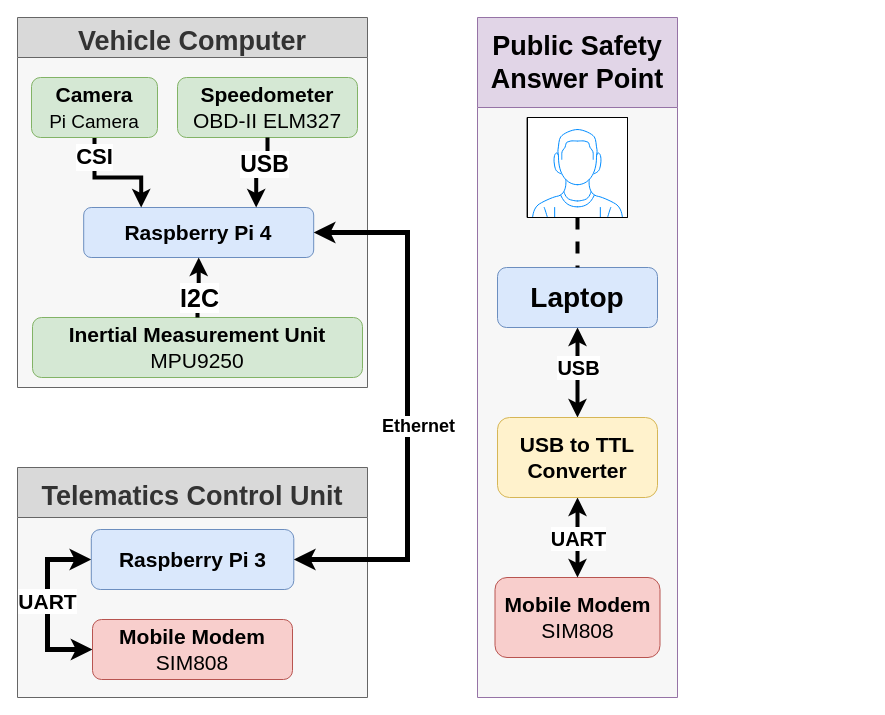
The draw.io diagram Other/Documentations/BlockDigrams/V7.drawio in Ahmeddsherrif/GP_TCU, before the edit. Source tidied: cells renumbered, new cells numbered last; positions are measured from the earlier drawing's top-left corner, leaving out a move shared by most shapes. Both pictures are drawn from the tidied source at 100%, with x=0, y=0 at pixel (17, 17).
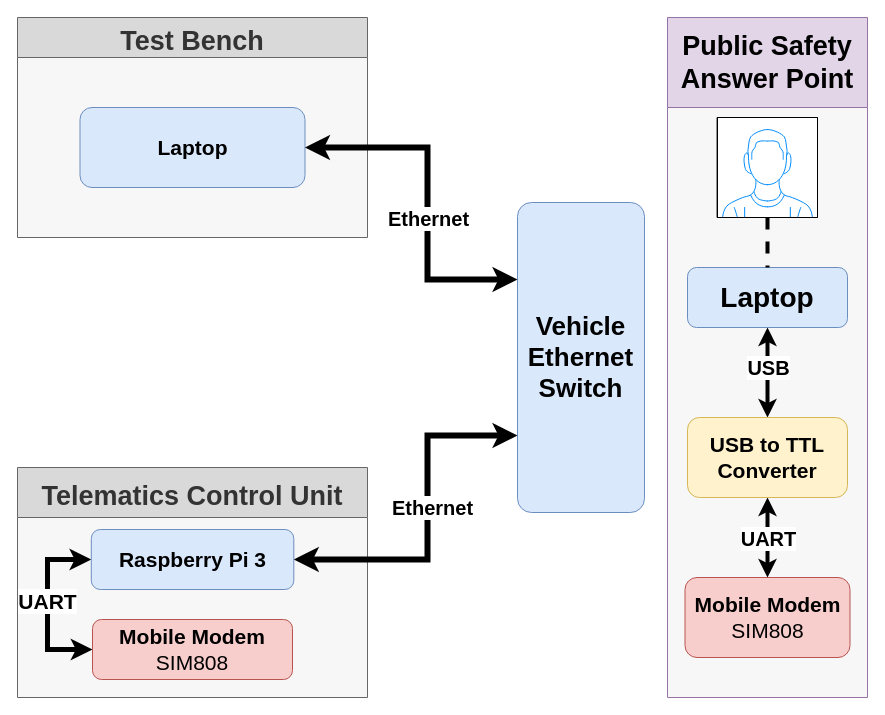
The same diagram, later.

The change refers to these unchanged cells:
```xml
<mxCell id="5" value="Raspberry Pi 3" style="rounded=1;whiteSpace=wrap;html=1;fontStyle=1;fontSize=21;fillColor=#dae8fc;strokeColor=#6c8ebf;" parent="2" vertex="1">
  <mxGeometry x="73.8" y="62" width="202.5" height="60" as="geometry" />
</mxCell>
```

The edit, as a diff of the source:
```diff
@@
-    <mxCell id="7" value="Vehicle Computer" style="swimlane;strokeColor=#666666;fontColor=#333333;fontSize=27;startSize=40;swimlaneFillColor=#F7F7F7;fillColor=#D9D9D9;" parent="1" vertex="1">
-      <mxGeometry width="350" height="370" as="geometry" />
+    <mxCell id="7" value="Test Bench" style="swimlane;strokeColor=#666666;fontColor=#333333;fontSize=27;startSize=40;swimlaneFillColor=#F7F7F7;fillColor=#D9D9D9;" parent="1" vertex="1">
+      <mxGeometry width="350" height="220" as="geometry" />
     </mxCell>
-    <mxCell id="8" value="Raspberry Pi 4" style="rounded=1;whiteSpace=wrap;html=1;fontStyle=1;fontSize=21;fillColor=#dae8fc;strokeColor=#6c8ebf;" parent="7" vertex="1">
-      <mxGeometry x="66.2" y="190" width="230" height="50" as="geometry" />
+    <mxCell id="8" value="Laptop" style="rounded=1;whiteSpace=wrap;html=1;fontStyle=1;fontSize=21;fillColor=#dae8fc;strokeColor=#6c8ebf;" parent="7" vertex="1">
+      <mxGeometry x="62.5" y="90" width="225" height="80" as="geometry" />
     </mxCell>
-    <mxCell id="9" value="Speedometer&lt;br style=&quot;font-size: 21px&quot;&gt;&lt;span style=&quot;font-weight: normal&quot;&gt;OBD-II ELM327&lt;/span&gt;" style="rounded=1;whiteSpace=wrap;html=1;fontStyle=1;fontSize=21;fillColor=#d5e8d4;strokeColor=#82b366;" parent="7" vertex="1">
-      <mxGeometry x="160" y="60" width="180" height="60" as="geometry" />
-    </mxCell>
-    <mxCell id="10" style="edgeStyle=orthogonalEdgeStyle;rounded=0;jettySize=auto;html=1;startArrow=none;startFill=0;entryX=0.75;entryY=0;entryDx=0;entryDy=0;fontSize=25;fontStyle=1;strokeWidth=4;" parent="7" edge="1" source="9" target="8">
-      <mxGeometry relative="1" as="geometry" />
-    </mxCell>
-    <mxCell id="11" value="USB" style="edgeLabel;html=1;align=center;verticalAlign=middle;fontStyle=1;fontSize=23;" parent="10" vertex="1">
-      <mxGeometry x="-0.2" y="-3" relative="1" as="geometry">
-        <mxPoint x="-0.7" y="-7" as="offset" />
-      </mxGeometry>
-    </mxCell>
-    <mxCell id="12" value="Inertial Measurement Unit&lt;br style=&quot;font-size: 21px&quot;&gt;&lt;span style=&quot;font-weight: normal&quot;&gt;MPU9250&lt;/span&gt;" style="rounded=1;whiteSpace=wrap;html=1;fontStyle=1;fontSize=21;fillColor=#d5e8d4;strokeColor=#82b366;" parent="7" vertex="1">
-      <mxGeometry x="15" y="300" width="330" height="60" as="geometry" />
-    </mxCell>
-    <mxCell id="13" style="edgeStyle=orthogonalEdgeStyle;rounded=0;jettySize=auto;html=1;entryX=0.5;entryY=1;entryDx=0;entryDy=0;startArrow=none;startFill=0;strokeWidth=4;" parent="7" edge="1" source="12" target="8">
-      <mxGeometry relative="1" as="geometry" />
-    </mxCell>
-    <mxCell id="14" value="I2C" style="edgeLabel;html=1;align=center;verticalAlign=middle;fontSize=25;fontStyle=1;" parent="13" vertex="1">
-      <mxGeometry x="-0.13" y="-1" relative="1" as="geometry">
-        <mxPoint x="0.2" y="6.2" as="offset" />
-      </mxGeometry>
-    </mxCell>
-    <mxCell id="15" value="&lt;span style=&quot;font-size: 22px;&quot;&gt;&lt;font style=&quot;font-size: 22px;&quot;&gt;CSI&lt;/font&gt;&lt;/span&gt;" style="edgeStyle=orthogonalEdgeStyle;rounded=0;jettySize=auto;html=1;entryX=0.25;entryY=0;entryDx=0;entryDy=0;startArrow=none;startFill=0;targetPerimeterSpacing=3;strokeWidth=4;fontSize=22;fontStyle=1;" parent="7" edge="1" source="16" target="8">
-      <mxGeometry x="-0.66" relative="1" as="geometry">
-        <Array as="points">
-          <mxPoint x="77" y="160" />
-          <mxPoint x="124" y="160" />
-        </Array>
-      </mxGeometry>
-    </mxCell>
-    <mxCell id="16" value="Camera&lt;span style=&quot;font-weight: normal ; font-size: 19px&quot;&gt;&lt;br&gt;Pi Camera&lt;/span&gt;" style="rounded=1;whiteSpace=wrap;html=1;fontStyle=1;fontSize=21;fillColor=#d5e8d4;strokeColor=#82b366;" parent="7" vertex="1">
-      <mxGeometry x="14" y="60" width="126" height="60" as="geometry" />
-    </mxCell>
-    <mxCell id="17" style="edgeStyle=orthogonalEdgeStyle;rounded=0;jettySize=auto;html=1;entryX=1;entryY=0.5;entryDx=0;entryDy=0;startArrow=classic;startFill=1;fontSize=25;fontStyle=1;endArrow=classic;endFill=1;strokeWidth=5;exitX=1;exitY=0.5;exitDx=0;exitDy=0;" parent="1" edge="1" source="8" target="5">
-      <mxGeometry relative="1" as="geometry">
-        <Array as="points">
-          <mxPoint x="390" y="215" />
-          <mxPoint x="390" y="542" />
-        </Array>
-      </mxGeometry>
-    </mxCell>
-    <mxCell id="18" value="Ethernet" style="edgeLabel;html=1;align=center;verticalAlign=middle;fontStyle=1;fontSize=18;" parent="17" vertex="1">
-      <mxGeometry x="0.05" y="-1" relative="1" as="geometry">
-        <mxPoint x="11" y="6.8" as="offset" />
-      </mxGeometry>
-    </mxCell>
     <mxCell id="19" value="Public Safety Answer Point" style="swimlane;fontSize=27;startSize=90;whiteSpace=wrap;strokeColor=#9673a6;swimlaneFillColor=#F7F7F7;fillColor=#e1d5e7;" parent="1" vertex="1">
-      <mxGeometry x="460" width="200" height="680" as="geometry" />
+      <mxGeometry x="650" width="200" height="680" as="geometry" />
     </mxCell>
@@
+    <mxCell id="29" value="&lt;font style=&quot;font-size: 26px&quot;&gt;Vehicle Ethernet Switch&lt;/font&gt;" style="rounded=1;whiteSpace=wrap;html=1;fontStyle=1;fontSize=21;fillColor=#dae8fc;strokeColor=#6c8ebf;arcSize=11;" parent="1" vertex="1">
+      <mxGeometry x="500" y="185" width="127" height="310" as="geometry" />
+    </mxCell>
+    <mxCell id="30" style="edgeStyle=orthogonalEdgeStyle;rounded=0;jettySize=auto;html=1;strokeWidth=6;startArrow=classic;startFill=1;" parent="1" edge="1" source="8" target="29">
+      <mxGeometry relative="1" as="geometry">
+        <Array as="points">
+          <mxPoint x="410" y="130" />
+          <mxPoint x="410" y="262" />
+        </Array>
+      </mxGeometry>
+    </mxCell>
+    <mxCell id="31" value="Ethernet" style="edgeLabel;html=1;align=center;verticalAlign=middle;fontStyle=1;fontSize=20;" parent="30" vertex="1">
+      <mxGeometry x="-0.09" y="5" relative="1" as="geometry">
+        <mxPoint x="-5" y="36.1" as="offset" />
+      </mxGeometry>
+    </mxCell>
+    <mxCell id="32" style="edgeStyle=orthogonalEdgeStyle;rounded=0;jettySize=auto;html=1;strokeWidth=6;startArrow=classic;startFill=1;" parent="1" edge="1" source="5">
+      <mxGeometry relative="1" as="geometry">
+        <mxPoint x="500" y="418" as="targetPoint" />
+        <Array as="points">
+          <mxPoint x="410" y="542" />
+          <mxPoint x="410" y="418" />
+        </Array>
+      </mxGeometry>
+    </mxCell>
+    <mxCell id="33" value="Ethernet" style="edgeLabel;html=1;align=center;verticalAlign=middle;fontSize=20;fontStyle=1;" parent="32" vertex="1">
+      <mxGeometry x="0.17" y="-4" relative="1" as="geometry">
+        <mxPoint y="17.1" as="offset" />
+      </mxGeometry>
+    </mxCell>
```
